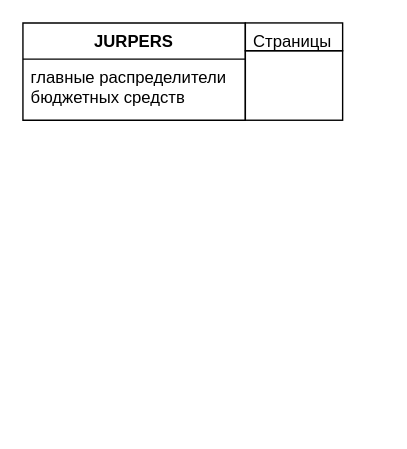
This is Untitled Diagram.drawio from VasuaLun/ff, a draw.io file, before an edit. Source tidied: cells renumbered, new cells numbered last; positions are measured from the earlier drawing's top-left corner, leaving out a move shared by most shapes. Both pictures are drawn from the tidied source at 139%, with x=0, y=0 at pixel (22, 22).
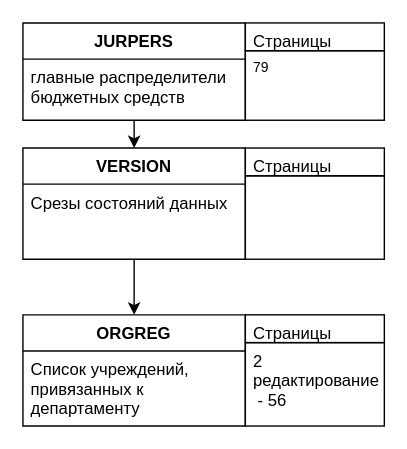
After the change.

The edit, as a diff of the source:
```diff
@@
+    <mxCell id="6" style="group;" parent="1" vertex="1">
+      <mxGeometry y="210" width="260" height="80" as="geometry" />
+    </mxCell>
+    <mxCell id="7" value="ORGREG" style="swimlane;fontStyle=1;align=center;verticalAlign=top;horizontal=1;startSize=26;" parent="6" vertex="1">
+      <mxGeometry width="160" height="80" as="geometry" />
+    </mxCell>
+    <mxCell id="8" value="Список учреждений, &#10;привязанных к &#10;департаменту" style="text;strokeColor=none;fillColor=none;align=left;verticalAlign=top;spacingLeft=4;spacingRight=4;overflow=hidden;" parent="7" vertex="1">
+      <mxGeometry y="26" width="160" height="54" as="geometry" />
+    </mxCell>
+    <mxCell id="9" value="2&#10;редактирование&#10; - 56&#10;" style="text;align=left;verticalAlign=top;spacingLeft=4;spacingRight=4;overflow=hidden;strokeColor=#000000;" parent="6" vertex="1">
+      <mxGeometry x="160" y="20" width="100" height="60" as="geometry" />
+    </mxCell>
+    <mxCell id="10" value="Страницы" style="text;align=left;verticalAlign=top;spacingLeft=4;spacingRight=4;overflow=hidden;strokeColor=#000000;" parent="6" vertex="1">
+      <mxGeometry x="160" width="100" height="20" as="geometry" />
+    </mxCell>
+    <mxCell id="11" style="group;" parent="1" vertex="1">
+      <mxGeometry y="90" width="260" height="80" as="geometry" />
+    </mxCell>
+    <mxCell id="12" value="VERSION" style="swimlane;fontStyle=1;align=center;verticalAlign=top;horizontal=1;startSize=26;" parent="11" vertex="1">
+      <mxGeometry width="160" height="80" as="geometry" />
+    </mxCell>
+    <mxCell id="13" value="Срезы состояний данных" style="text;strokeColor=none;fillColor=none;align=left;verticalAlign=top;spacingLeft=4;spacingRight=4;overflow=hidden;" parent="12" vertex="1">
+      <mxGeometry y="26" width="160" height="54" as="geometry" />
+    </mxCell>
+    <mxCell id="14" style="text;align=left;verticalAlign=top;spacingLeft=4;spacingRight=4;overflow=hidden;strokeColor=#000000;" parent="11" vertex="1">
+      <mxGeometry x="160" y="20" width="100" height="60" as="geometry" />
+    </mxCell>
+    <mxCell id="15" value="Страницы" style="text;align=left;verticalAlign=top;spacingLeft=4;spacingRight=4;overflow=hidden;strokeColor=#000000;" parent="11" vertex="1">
+      <mxGeometry x="160" width="100" height="20" as="geometry" />
+    </mxCell>
+    <mxCell id="16" style="edgeStyle=orthogonalEdgeStyle;rounded=0;jettySize=auto;html=1;" parent="1" edge="1" target="12">
+      <mxGeometry relative="1" as="geometry">
+        <mxPoint x="80" y="70" as="sourcePoint" />
+        <Array as="points">
+          <mxPoint x="80" y="70" />
+        </Array>
+      </mxGeometry>
+    </mxCell>
+    <mxCell id="17" style="edgeStyle=orthogonalEdgeStyle;rounded=0;jettySize=auto;html=1;entryX=0.5;entryY=0;entryDx=0;entryDy=0;exitX=0.5;exitY=1;exitDx=0;exitDy=0;" parent="1" edge="1" source="12" target="7">
+      <mxGeometry relative="1" as="geometry" />
+    </mxCell>
+    <mxCell id="18" style="group;" parent="1" vertex="1">
+      <mxGeometry width="260" height="70" as="geometry" />
+    </mxCell>
-    <mxCell id="2" value="JURPERS" style="swimlane;fontStyle=1;align=center;verticalAlign=top;horizontal=1;startSize=26;" parent="1" vertex="1">
+    <mxCell id="2" value="JURPERS" style="swimlane;fontStyle=1;align=center;verticalAlign=top;horizontal=1;startSize=26;" parent="18" vertex="1">
       <mxGeometry width="160" height="70" as="geometry" />
     </mxCell>
@@
-    <mxCell id="4" style="text;align=left;verticalAlign=top;spacingLeft=4;spacingRight=4;overflow=hidden;strokeColor=#000000;" parent="1" vertex="1">
-      <mxGeometry x="160" y="20" width="70" height="50" as="geometry" />
+    <mxCell id="4" value="79&#10;&#10;" style="text;align=left;verticalAlign=top;spacingLeft=4;spacingRight=4;overflow=hidden;strokeColor=#000000;fontSize=10;" parent="18" vertex="1">
+      <mxGeometry x="160" y="20" width="100" height="50" as="geometry" />
     </mxCell>
-    <mxCell id="5" value="Страницы" style="text;align=left;verticalAlign=top;spacingLeft=4;spacingRight=4;overflow=hidden;strokeColor=#000000;" parent="1" vertex="1">
-      <mxGeometry x="160" width="70" height="20" as="geometry" />
+    <mxCell id="5" value="Страницы" style="text;align=left;verticalAlign=top;spacingLeft=4;spacingRight=4;overflow=hidden;strokeColor=#000000;" parent="18" vertex="1">
+      <mxGeometry x="160" width="100" height="20" as="geometry" />
     </mxCell>
```
